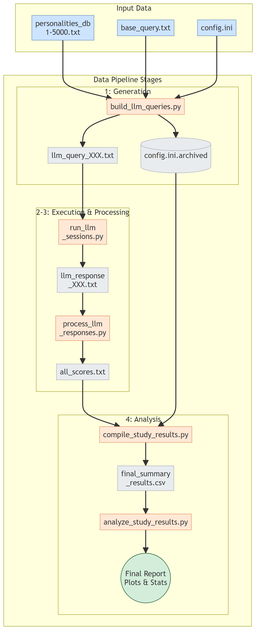
The Mermaid diagram docs/images/architecture_data_flow.png in peterjmarko/llm-narrative-framework, before a commit. Its source is kept beside it as docs/diagrams/architecture_data_flow.mmd. Its diagram source:
```mermaid
graph TD
    subgraph "Input Data"
        direction LR
        Input_PDB["personalities_db<br/>1-5000.txt"]:::input
        Input_Query["base_query.txt"]:::input
        Input_Config["config.ini"]:::input
    end

    subgraph "Data Pipeline Stages"
        direction LR
        subgraph "1: Generation"
             Script1["build_llm_queries.py"]:::script --> Art1["llm_query_XXX.txt"]:::artifact
             Script1 --> Art1_archive[("config.ini.archived")]:::artifact
        end
        subgraph "2-3: Execution & Processing"
            Script2["run_llm<br/>_sessions.py"]:::script --> Art2["llm_response<br/>_XXX.txt"]:::artifact
            Art2 --> Script3["process_llm<br/>_responses.py"]:::script --> Art3["all_scores.txt"]:::artifact
        end
        subgraph "4: Analysis"
             Script4a["compile_study_results.py"]:::script --> Art4["final_summary<br/>_results.csv"]:::artifact
             Art4 --> Script4b["analyze_study_results.py"]:::script --> Art_Final(("Final Report<br/>Plots & Stats")):::final
        end
    end

    Input_PDB & Input_Query & Input_Config --> Script1
    Art1 --> Script2
    Art3 & Art1_archive --> Script4a

    classDef input fill:#cde4ff,stroke:#6c93be,color:#333
    classDef script fill:#ffe8d6,stroke:#e59866,color:#333
    classDef artifact fill:#e9ecef,stroke:#adb5bd,color:#333
    classDef final fill:#d4edda,stroke:#155724,color:#333 font-weight:bold
```
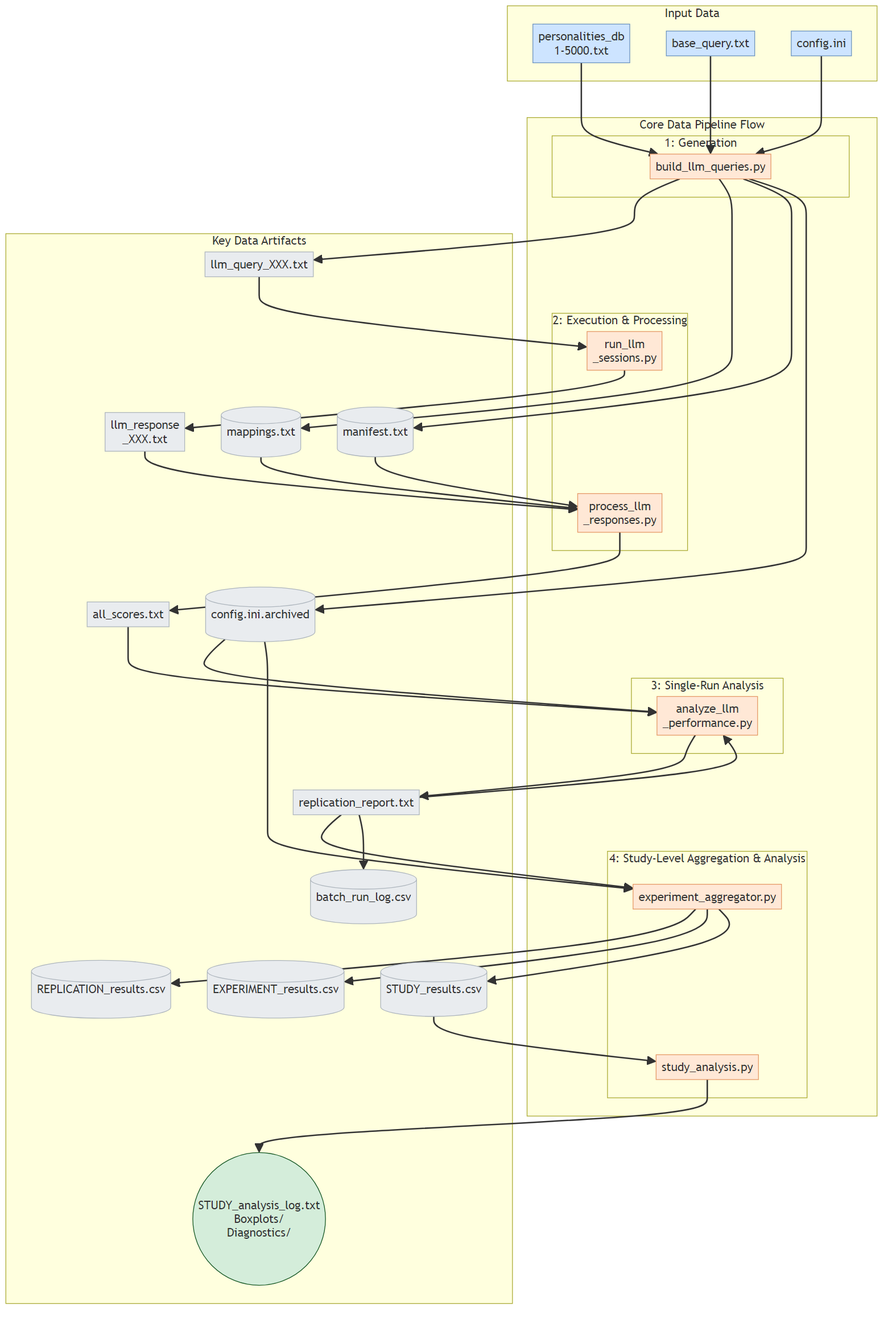
The same file after the commit.

What changed in the source:
```diff
@@ -6,25 +6,66 @@
         Input_Config["config.ini"]:::input
     end
 
-    subgraph "Data Pipeline Stages"
+    subgraph "Core Data Pipeline Flow"
         direction LR
         subgraph "1: Generation"
-             Script1["build_llm_queries.py"]:::script --> Art1["llm_query_XXX.txt"]:::artifact
-             Script1 --> Art1_archive[("config.ini.archived")]:::artifact
+             Script1["build_llm_queries.py"]:::script
         end
-        subgraph "2-3: Execution & Processing"
-            Script2["run_llm<br/>_sessions.py"]:::script --> Art2["llm_response<br/>_XXX.txt"]:::artifact
-            Art2 --> Script3["process_llm<br/>_responses.py"]:::script --> Art3["all_scores.txt"]:::artifact
+        subgraph "2: Execution & Processing"
+            Script2["run_llm<br/>_sessions.py"]:::script
+            Script3["process_llm<br/>_responses.py"]:::script
         end
-        subgraph "4: Analysis"
-             Script4a["compile_study_results.py"]:::script --> Art4["final_summary<br/>_results.csv"]:::artifact
-             Art4 --> Script4b["analyze_study_results.py"]:::script --> Art_Final(("Final Report<br/>Plots & Stats")):::final
+        subgraph "3: Single-Run Analysis"
+            Script4["analyze_llm<br/>_performance.py"]:::script
+        end
+        subgraph "4: Study-Level Aggregation & Analysis"
+             Aggregator["experiment_aggregator.py"]:::script
+             StudyAnalyzer["study_analysis.py"]:::script
         end
     end
 
+    subgraph "Key Data Artifacts"
+        direction LR
+        Art1_archive[("config.ini.archived")]:::artifact
+        Art1_query["llm_query_XXX.txt"]:::artifact
+        Art1_mappings[("mappings.txt")]:::artifact
+        Art1_manifest[("manifest.txt")]:::artifact
+        Art2_response["llm_response<br/>_XXX.txt"]:::artifact
+        Art3_scores["all_scores.txt"]:::artifact
+        Art4_report["replication_report.txt"]:::artifact
+        BatchRunLog[("batch_run_log.csv")]:::artifact
+        RepResultsCSV[("REPLICATION_results.csv")]:::artifact
+        ExpResultsCSV[("EXPERIMENT_results.csv")]:::artifact
+        StudyResultsCSV[("STUDY_results.csv")]:::artifact
+        FinalOutputs(("STUDY_analysis_log.txt<br/>Boxplots/<br/>Diagnostics/")):::final
+    end
+
     Input_PDB & Input_Query & Input_Config --> Script1
-    Art1 --> Script2
-    Art3 & Art1_archive --> Script4a
+    Script1 --> Art1_query
+    Script1 --> Art1_mappings
+    Script1 --> Art1_manifest
+    Script1 --> Art1_archive
+
+    Art1_query --> Script2
+    Script2 --> Art2_response
+    Art2_response --> Script3
+    Art1_mappings --> Script3
+    Art1_manifest --> Script3
+    Script3 --> Art3_scores
+
+    Art3_scores & Art1_archive --> Script4
+    Art4_report --> Script4
+    Script4 --> Art4_report
+
+    Art4_report & Art1_archive --> Aggregator
+    Aggregator --> RepResultsCSV
+    Aggregator --> ExpResultsCSV
+    Aggregator --> StudyResultsCSV
+
+    StudyResultsCSV --> StudyAnalyzer
+    StudyAnalyzer --> FinalOutputs
+
+    Art4_report --> BatchRunLog
 
     classDef input fill:#cde4ff,stroke:#6c93be,color:#333
     classDef script fill:#ffe8d6,stroke:#e59866,color:#333
```
